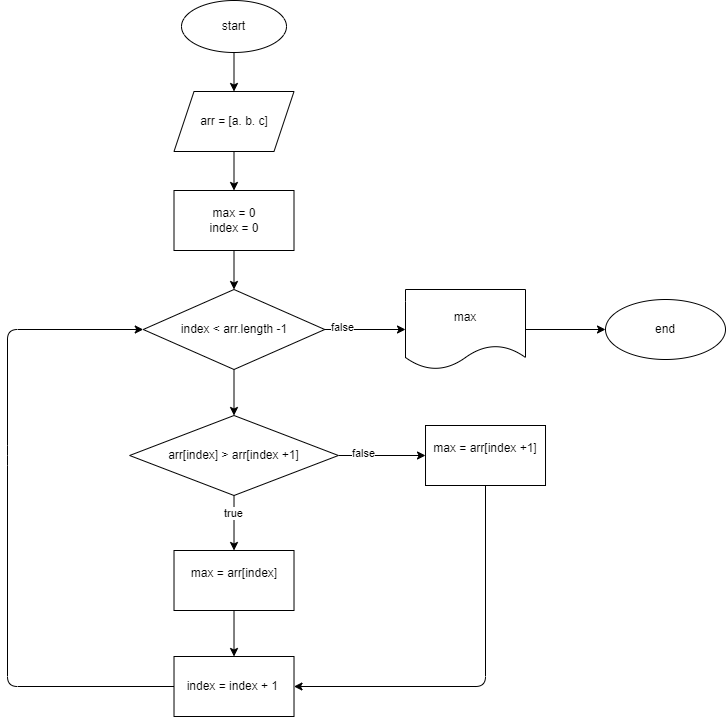
The draw.io diagram task2/diagram2.drawio.png in Chasik335/work_C-, before a commit. Source tidied: cells renumbered, new cells last; positions are measured from the earlier drawing's top-left corner, leaving out a move shared by most shapes.
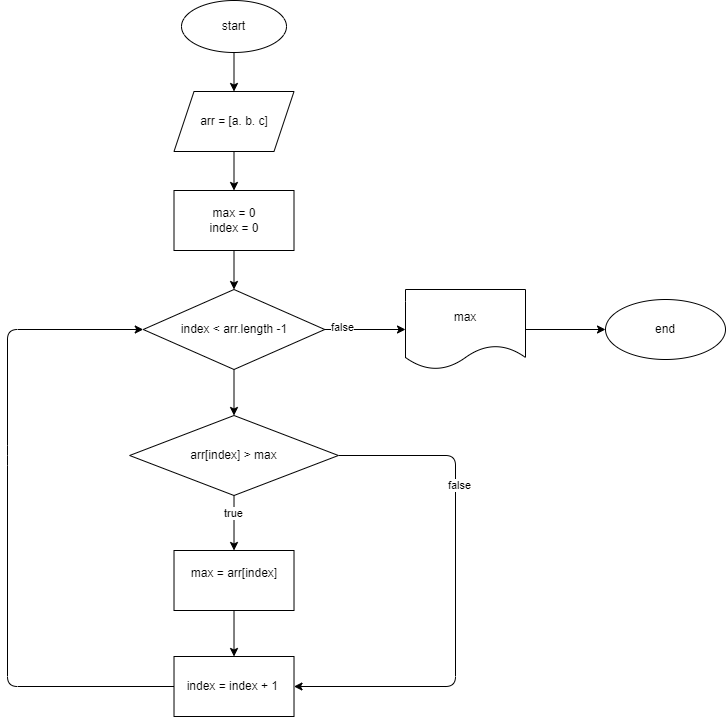
The same diagram one commit later.

Commit message:
Исправили блок схему, написали код, добавили инфу в readme

The edit, as a diff of the source:
```diff
@@ -38,13 +38,18 @@
     <mxCell id="13" value="true" style="edgeLabel;html=1;align=center;verticalAlign=middle;" parent="12" vertex="1">
       <mxGeometry x="-0.37" y="-1" relative="1" as="geometry" />
     </mxCell>
-    <mxCell id="14" style="edgeStyle=none;html=1;entryX=0;entryY=0.5;entryDx=0;entryDy=0;" parent="1" edge="1" source="16" target="22">
-      <mxGeometry relative="1" as="geometry" />
+    <mxCell id="14" style="edgeStyle=none;html=1;entryX=1;entryY=0.5;entryDx=0;entryDy=0;" parent="1" edge="1" source="16" target="20">
+      <mxGeometry relative="1" as="geometry">
+        <Array as="points">
+          <mxPoint x="448" y="455" />
+          <mxPoint x="448" y="686" />
+        </Array>
+      </mxGeometry>
     </mxCell>
     <mxCell id="15" value="false" style="edgeLabel;html=1;align=center;verticalAlign=middle;" parent="14" vertex="1">
       <mxGeometry x="-0.42" y="3" relative="1" as="geometry" />
     </mxCell>
-    <mxCell id="16" value="arr[index] &amp;gt; arr[index +1]" style="rhombus;whiteSpace=wrap;html=1;" parent="1" vertex="1">
+    <mxCell id="16" value="arr[index] &amp;gt; max" style="rhombus;whiteSpace=wrap;html=1;" parent="1" vertex="1">
       <mxGeometry x="122.1" y="415" width="208.8" height="80" as="geometry" />
     </mxCell>
     <mxCell id="17" style="edgeStyle=none;html=1;" parent="1" edge="1" source="18" target="20">
@@ -65,16 +70,6 @@
     <mxCell id="20" value="index = index + 1&amp;nbsp;" style="whiteSpace=wrap;html=1;" parent="1" vertex="1">
       <mxGeometry x="166.5" y="656" width="120" height="60" as="geometry" />
     </mxCell>
-    <mxCell id="21" style="edgeStyle=none;html=1;entryX=1;entryY=0.5;entryDx=0;entryDy=0;" parent="1" edge="1" source="22" target="20">
-      <mxGeometry relative="1" as="geometry">
-        <Array as="points">
-          <mxPoint x="478" y="686" />
-        </Array>
-      </mxGeometry>
-    </mxCell>
-    <mxCell id="22" value="max = arr[index +1]&lt;br&gt;&amp;nbsp;" style="whiteSpace=wrap;html=1;" parent="1" vertex="1">
-      <mxGeometry x="418" y="425" width="120" height="60" as="geometry" />
-    </mxCell>
     <mxCell id="23" style="edgeStyle=none;html=1;" parent="1" edge="1" source="24" target="25">
       <mxGeometry relative="1" as="geometry" />
     </mxCell>
```
